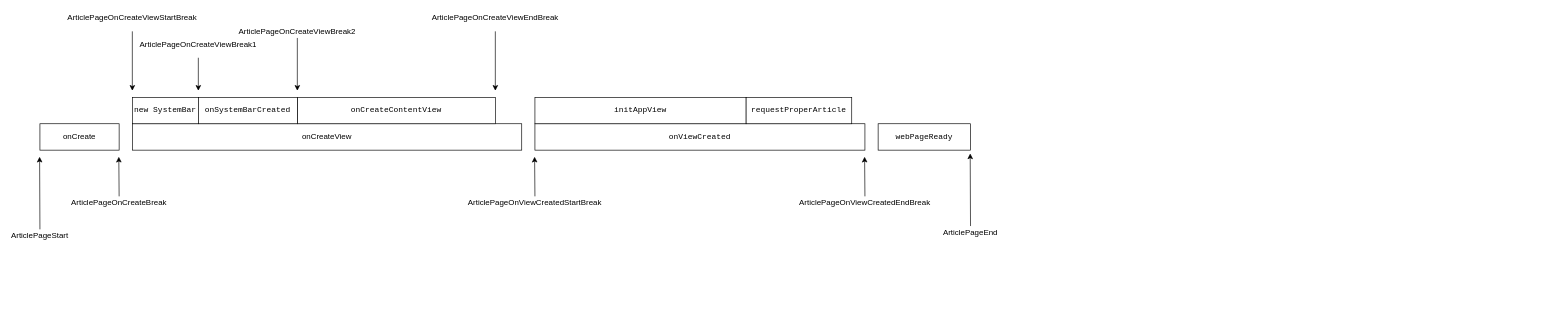
Before: zhihu--文章页打点.drawio in CreateChance/DrawIO, a draw.io diagram. Source tidied: cells renumbered, new cells numbered last; positions are measured from the earlier drawing's top-left corner, leaving out a move shared by most shapes. Both pictures are drawn from the tidied source at 66%, with x=0, y=0 at pixel (26, 11).
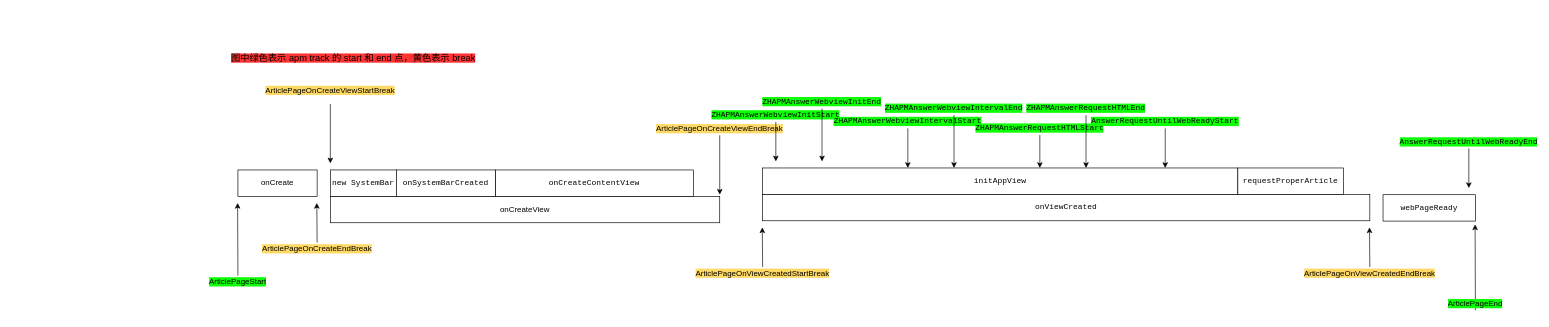
Above is the later version.

Commit message:
更新zhihu--文章页打点.drawio

Diff of the diagram source:
```diff
@@
     <mxCell id="2" value="onCreate&lt;br&gt;" style="rounded=0;whiteSpace=wrap;html=1;" parent="1" vertex="1">
-      <mxGeometry x="20" y="170" width="120" height="40" as="geometry" />
+      <mxGeometry x="320" y="240" width="120" height="40" as="geometry" />
     </mxCell>
     <mxCell id="3" value="onCreateView&lt;br&gt;" style="rounded=0;whiteSpace=wrap;html=1;" parent="1" vertex="1">
-      <mxGeometry x="160" y="170" width="590" height="40" as="geometry" />
+      <mxGeometry x="460" y="280" width="590" height="40" as="geometry" />
     </mxCell>
     <mxCell id="4" value="&lt;pre&gt;onCreateContentView&lt;/pre&gt;" style="rounded=0;whiteSpace=wrap;html=1;" parent="1" vertex="1">
-      <mxGeometry x="410" y="130" width="300" height="40" as="geometry" />
+      <mxGeometry x="710" y="240" width="300" height="40" as="geometry" />
     </mxCell>
     <mxCell id="5" value="&lt;pre&gt;&lt;span&gt;new &lt;/span&gt;SystemBar&lt;/pre&gt;" style="rounded=0;whiteSpace=wrap;html=1;" parent="1" vertex="1">
-      <mxGeometry x="160" y="130" width="100" height="40" as="geometry" />
+      <mxGeometry x="460" y="240" width="100" height="40" as="geometry" />
     </mxCell>
     <mxCell id="6" value="&lt;pre&gt;&lt;pre&gt;onSystemBarCreated&lt;/pre&gt;&lt;/pre&gt;" style="rounded=0;whiteSpace=wrap;html=1;" parent="1" vertex="1">
-      <mxGeometry x="260" y="130" width="150" height="40" as="geometry" />
+      <mxGeometry x="560" y="240" width="150" height="40" as="geometry" />
     </mxCell>
     <mxCell id="7" value="&lt;pre&gt;&lt;span&gt;onViewCreated&lt;/span&gt;&lt;/pre&gt;" style="rounded=0;whiteSpace=wrap;html=1;" parent="1" vertex="1">
-      <mxGeometry x="770" y="170" width="500" height="40" as="geometry" />
+      <mxGeometry x="1115" y="277" width="920" height="40" as="geometry" />
     </mxCell>
     <mxCell id="8" value="&lt;pre&gt;&lt;pre&gt;initAppView&lt;/pre&gt;&lt;/pre&gt;" style="rounded=0;whiteSpace=wrap;html=1;" parent="1" vertex="1">
-      <mxGeometry x="770" y="130" width="320" height="40" as="geometry" />
+      <mxGeometry x="1115" y="237" width="720" height="40" as="geometry" />
     </mxCell>
     <mxCell id="9" value="&lt;pre&gt;requestProperArticle&lt;/pre&gt;" style="rounded=0;whiteSpace=wrap;html=1;" parent="1" vertex="1">
-      <mxGeometry x="1090" y="130" width="160" height="40" as="geometry" />
+      <mxGeometry x="1835" y="237" width="160" height="40" as="geometry" />
     </mxCell>
     <mxCell id="10" style="endArrow=classic;html=1;exitX=0.5;exitY=0;exitDx=0;exitDy=0;" parent="1" edge="1" source="11">
       <mxGeometry relative="1" as="geometry">
-        <mxPoint x="19.5" y="220" as="targetPoint" />
+        <mxPoint x="319.5" y="290" as="targetPoint" />
       </mxGeometry>
     </mxCell>
-    <mxCell id="11" value="ArticlePageStart" style="text;html=1;strokeColor=none;fillColor=none;align=center;verticalAlign=middle;whiteSpace=wrap;rounded=0;" parent="1" vertex="1">
-      <mxGeometry y="330" width="40" height="20" as="geometry" />
+    <mxCell id="11" value="&lt;span style=&quot;background-color: rgb(13 , 255 , 5)&quot;&gt;ArticlePageStart&lt;/span&gt;" style="text;html=1;strokeColor=none;fillColor=none;align=center;verticalAlign=middle;whiteSpace=wrap;rounded=0;" parent="1" vertex="1">
+      <mxGeometry x="300" y="400" width="40" height="20" as="geometry" />
     </mxCell>
     <mxCell id="12" style="endArrow=classic;html=1;exitX=0.5;exitY=0;exitDx=0;exitDy=0;" parent="1" edge="1" source="13">
       <mxGeometry relative="1" as="geometry">
-        <mxPoint x="139.5" y="220" as="targetPoint" />
+        <mxPoint x="439.5" y="290" as="targetPoint" />
       </mxGeometry>
     </mxCell>
-    <mxCell id="13" value="ArticlePageOnCreateBreak" style="text;html=1;strokeColor=none;fillColor=none;align=center;verticalAlign=middle;whiteSpace=wrap;rounded=0;" parent="1" vertex="1">
-      <mxGeometry x="120" y="280" width="40" height="20" as="geometry" />
+    <mxCell id="13" value="&lt;span style=&quot;background-color: rgb(255 , 217 , 102)&quot;&gt;ArticlePageOnCreateEndBreak&lt;/span&gt;" style="text;html=1;strokeColor=none;fillColor=none;align=center;verticalAlign=middle;whiteSpace=wrap;rounded=0;" parent="1" vertex="1">
+      <mxGeometry x="420" y="350" width="40" height="20" as="geometry" />
     </mxCell>
     <mxCell id="14" style="endArrow=classic;html=1;" parent="1" edge="1">
       <mxGeometry relative="1" as="geometry">
-        <mxPoint x="160" y="30" as="sourcePoint" />
-        <mxPoint x="160" y="120" as="targetPoint" />
+        <mxPoint x="460" y="140" as="sourcePoint" />
+        <mxPoint x="460" y="230" as="targetPoint" />
       </mxGeometry>
     </mxCell>
-    <mxCell id="15" value="ArticlePageOnCreateViewStartBreak" style="text;html=1;strokeColor=none;fillColor=none;align=center;verticalAlign=middle;whiteSpace=wrap;rounded=0;" parent="1" vertex="1">
-      <mxGeometry x="140" width="40" height="20" as="geometry" />
+    <mxCell id="15" value="&lt;span style=&quot;background-color: rgb(255 , 217 , 102)&quot;&gt;ArticlePageOnCreateViewStartBreak&lt;/span&gt;" style="text;html=1;strokeColor=none;fillColor=none;align=center;verticalAlign=middle;whiteSpace=wrap;rounded=0;" parent="1" vertex="1">
+      <mxGeometry x="440" y="110" width="40" height="20" as="geometry" />
     </mxCell>
     <mxCell id="16" style="endArrow=classic;html=1;" parent="1" edge="1">
       <mxGeometry relative="1" as="geometry">
-        <mxPoint x="710" y="30" as="sourcePoint" />
-        <mxPoint x="710" y="120" as="targetPoint" />
+        <mxPoint x="1050" y="187.5" as="sourcePoint" />
+        <mxPoint x="1050" y="277.5" as="targetPoint" />
       </mxGeometry>
     </mxCell>
-    <mxCell id="17" value="ArticlePageOnCreateViewEndBreak" style="text;html=1;strokeColor=none;fillColor=none;align=center;verticalAlign=middle;whiteSpace=wrap;rounded=0;" parent="1" vertex="1">
-      <mxGeometry x="690" width="40" height="20" as="geometry" />
+    <mxCell id="17" value="&lt;span style=&quot;background-color: rgb(255 , 217 , 102)&quot;&gt;ArticlePageOnCreateViewEndBreak&lt;/span&gt;" style="text;html=1;strokeColor=none;fillColor=none;align=center;verticalAlign=middle;whiteSpace=wrap;rounded=0;" parent="1" vertex="1">
+      <mxGeometry x="1030" y="167.5" width="40" height="20" as="geometry" />
     </mxCell>
-    <mxCell id="18" style="endArrow=classic;html=1;" parent="1" edge="1">
-      <mxGeometry relative="1" as="geometry">
-        <mxPoint x="260" y="70" as="sourcePoint" />
-        <mxPoint x="260" y="120" as="targetPoint" />
-      </mxGeometry>
-    </mxCell>
-    <mxCell id="19" value="ArticlePageOnCreateViewBreak1" style="text;html=1;strokeColor=none;fillColor=none;align=center;verticalAlign=middle;whiteSpace=wrap;rounded=0;" parent="1" vertex="1">
-      <mxGeometry x="240" y="40" width="40" height="20" as="geometry" />
-    </mxCell>
-    <mxCell id="20" style="endArrow=classic;html=1;exitX=0.5;exitY=1;exitDx=0;exitDy=0;" parent="1" edge="1" source="21">
-      <mxGeometry relative="1" as="geometry">
-        <mxPoint x="410" y="120" as="targetPoint" />
-      </mxGeometry>
-    </mxCell>
-    <mxCell id="21" value="ArticlePageOnCreateViewBreak2" style="text;html=1;strokeColor=none;fillColor=none;align=center;verticalAlign=middle;whiteSpace=wrap;rounded=0;" parent="1" vertex="1">
-      <mxGeometry x="390" y="20" width="40" height="20" as="geometry" />
-    </mxCell>
     <mxCell id="22" style="endArrow=classic;html=1;" parent="1" edge="1">
       <mxGeometry relative="1" as="geometry">
-        <mxPoint x="770" y="280" as="sourcePoint" />
-        <mxPoint x="769.5" y="220" as="targetPoint" />
+        <mxPoint x="1115" y="387" as="sourcePoint" />
+        <mxPoint x="1114.5" y="327" as="targetPoint" />
       </mxGeometry>
     </mxCell>
-    <mxCell id="23" value="ArticlePageOnViewCreatedStartBreak" style="text;html=1;strokeColor=none;fillColor=none;align=center;verticalAlign=middle;whiteSpace=wrap;rounded=0;" parent="1" vertex="1">
-      <mxGeometry x="750" y="280" width="40" height="20" as="geometry" />
+    <mxCell id="23" value="&lt;span style=&quot;background-color: rgb(255 , 217 , 102)&quot;&gt;ArticlePageOnViewCreatedStartBreak&lt;/span&gt;" style="text;html=1;strokeColor=none;fillColor=none;align=center;verticalAlign=middle;whiteSpace=wrap;rounded=0;" parent="1" vertex="1">
+      <mxGeometry x="1095" y="387" width="40" height="20" as="geometry" />
     </mxCell>
     <mxCell id="24" style="endArrow=classic;html=1;" parent="1" edge="1">
       <mxGeometry relative="1" as="geometry">
-        <mxPoint x="1270" y="280" as="sourcePoint" />
-        <mxPoint x="1269.5" y="220" as="targetPoint" />
+        <mxPoint x="2035" y="387" as="sourcePoint" />
+        <mxPoint x="2034.5" y="327" as="targetPoint" />
       </mxGeometry>
     </mxCell>
-    <mxCell id="25" value="ArticlePageOnViewCreatedEndBreak" style="text;html=1;strokeColor=none;fillColor=none;align=center;verticalAlign=middle;whiteSpace=wrap;rounded=0;" parent="1" vertex="1">
-      <mxGeometry x="1250" y="280" width="40" height="20" as="geometry" />
+    <mxCell id="25" value="&lt;span style=&quot;background-color: rgb(255 , 217 , 102)&quot;&gt;ArticlePageOnViewCreatedEndBreak&lt;/span&gt;" style="text;html=1;strokeColor=none;fillColor=none;align=center;verticalAlign=middle;whiteSpace=wrap;rounded=0;" parent="1" vertex="1">
+      <mxGeometry x="2015" y="387" width="40" height="20" as="geometry" />
     </mxCell>
     <mxCell id="26" value="&lt;pre&gt;&lt;span&gt;webPageReady&lt;/span&gt;&lt;/pre&gt;" style="rounded=0;whiteSpace=wrap;html=1;" parent="1" vertex="1">
-      <mxGeometry x="1290" y="170" width="140" height="40" as="geometry" />
+      <mxGeometry x="2055" y="277.5" width="140" height="40" as="geometry" />
     </mxCell>
-    <mxCell id="27" style="endArrow=classic;html=1;exitX=0.5;exitY=0;exitDx=0;exitDy=0;" parent="1" edge="1" source="28">
+    <mxCell id="27" style="endArrow=classic;html=1;exitX=0.5;exitY=1;exitDx=0;exitDy=0;" parent="1" edge="1" source="28">
       <mxGeometry relative="1" as="geometry">
-        <mxPoint x="1429.5" y="215" as="targetPoint" />
+        <mxPoint x="2194.5" y="322.5" as="targetPoint" />
       </mxGeometry>
     </mxCell>
-    <mxCell id="28" value="ArticlePageEnd" style="text;html=1;strokeColor=none;fillColor=none;align=center;verticalAlign=middle;whiteSpace=wrap;rounded=0;" parent="1" vertex="1">
-      <mxGeometry x="1410" y="325" width="40" height="20" as="geometry" />
+    <mxCell id="28" value="&lt;span style=&quot;background-color: rgb(13 , 255 , 5)&quot;&gt;ArticlePageEnd&lt;/span&gt;" style="text;html=1;strokeColor=none;fillColor=none;align=center;verticalAlign=middle;whiteSpace=wrap;rounded=0;" parent="1" vertex="1">
+      <mxGeometry x="2175" y="432.5" width="40" height="20" as="geometry" />
     </mxCell>
+    <mxCell id="29" style="endArrow=classic;html=1;" parent="1" edge="1">
+      <mxGeometry relative="1" as="geometry">
+        <mxPoint x="1135" y="167" as="sourcePoint" />
+        <mxPoint x="1135" y="227" as="targetPoint" />
+      </mxGeometry>
+    </mxCell>
+    <mxCell id="30" value="&lt;pre&gt;&lt;span style=&quot;background-color: rgb(13 , 255 , 5)&quot;&gt;ZHAPMAnswerWebviewInitStart&lt;/span&gt;&lt;/pre&gt;" style="text;html=1;strokeColor=none;fillColor=none;align=center;verticalAlign=middle;whiteSpace=wrap;rounded=0;" parent="1" vertex="1">
+      <mxGeometry x="1115" y="147" width="40" height="20" as="geometry" />
+    </mxCell>
+    <mxCell id="31" style="endArrow=classic;html=1;exitX=0.5;exitY=1;exitDx=0;exitDy=0;" parent="1" edge="1" source="32">
+      <mxGeometry relative="1" as="geometry">
+        <mxPoint x="1205" y="227" as="targetPoint" />
+      </mxGeometry>
+    </mxCell>
+    <mxCell id="32" value="&lt;pre&gt;&lt;span style=&quot;background-color: rgb(13 , 255 , 5)&quot;&gt;ZHAPMAnswerWebviewInitEnd&lt;/span&gt;&lt;/pre&gt;" style="text;html=1;strokeColor=none;fillColor=none;align=center;verticalAlign=middle;whiteSpace=wrap;rounded=0;" parent="1" vertex="1">
+      <mxGeometry x="1185" y="127" width="40" height="20" as="geometry" />
+    </mxCell>
+    <mxCell id="33" style="endArrow=classic;html=1;" parent="1" edge="1">
+      <mxGeometry relative="1" as="geometry">
+        <mxPoint x="1335" y="177" as="sourcePoint" />
+        <mxPoint x="1335" y="237" as="targetPoint" />
+      </mxGeometry>
+    </mxCell>
+    <mxCell id="34" value="&lt;pre&gt;&lt;pre&gt;&lt;span style=&quot;background-color: rgb(13 , 255 , 5)&quot;&gt;ZHAPMAnswerWebviewIntervalStart&lt;/span&gt;&lt;/pre&gt;&lt;/pre&gt;" style="text;html=1;strokeColor=none;fillColor=none;align=center;verticalAlign=middle;whiteSpace=wrap;rounded=0;" parent="1" vertex="1">
+      <mxGeometry x="1315" y="157" width="40" height="20" as="geometry" />
+    </mxCell>
+    <mxCell id="35" style="endArrow=classic;html=1;exitX=0.5;exitY=1;exitDx=0;exitDy=0;" parent="1" edge="1" source="36">
+      <mxGeometry relative="1" as="geometry">
+        <mxPoint x="1405" y="237" as="targetPoint" />
+      </mxGeometry>
+    </mxCell>
+    <mxCell id="36" value="&lt;pre&gt;&lt;pre&gt;&lt;span style=&quot;background-color: rgb(13 , 255 , 5)&quot;&gt;ZHAPMAnswerWebviewIntervalEnd&lt;/span&gt;&lt;/pre&gt;&lt;/pre&gt;" style="text;html=1;strokeColor=none;fillColor=none;align=center;verticalAlign=middle;whiteSpace=wrap;rounded=0;" parent="1" vertex="1">
+      <mxGeometry x="1385" y="137" width="40" height="20" as="geometry" />
+    </mxCell>
+    <mxCell id="37" style="endArrow=classic;html=1;" parent="1" edge="1">
+      <mxGeometry relative="1" as="geometry">
+        <mxPoint x="1535" y="187" as="sourcePoint" />
+        <mxPoint x="1535" y="237" as="targetPoint" />
+      </mxGeometry>
+    </mxCell>
+    <mxCell id="38" value="&lt;pre&gt;&lt;pre&gt;&lt;span style=&quot;background-color: rgb(13 , 255 , 5)&quot;&gt;ZHAPMAnswerRequestHTMLStart&lt;/span&gt;&lt;/pre&gt;&lt;/pre&gt;" style="text;html=1;strokeColor=none;fillColor=none;align=center;verticalAlign=middle;whiteSpace=wrap;rounded=0;" parent="1" vertex="1">
+      <mxGeometry x="1515" y="167" width="40" height="20" as="geometry" />
+    </mxCell>
+    <mxCell id="39" style="endArrow=classic;html=1;exitX=0.5;exitY=1;exitDx=0;exitDy=0;" parent="1" edge="1" source="40">
+      <mxGeometry relative="1" as="geometry">
+        <mxPoint x="1605" y="237" as="targetPoint" />
+      </mxGeometry>
+    </mxCell>
+    <mxCell id="40" value="&lt;pre&gt;&lt;pre&gt;&lt;span style=&quot;background-color: rgb(13 , 255 , 5)&quot;&gt;ZHAPMAnswerRequestHTMLEnd&lt;/span&gt;&lt;/pre&gt;&lt;/pre&gt;" style="text;html=1;strokeColor=none;fillColor=none;align=center;verticalAlign=middle;whiteSpace=wrap;rounded=0;" parent="1" vertex="1">
+      <mxGeometry x="1585" y="137" width="40" height="20" as="geometry" />
+    </mxCell>
+    <mxCell id="41" style="endArrow=classic;html=1;" parent="1" edge="1">
+      <mxGeometry relative="1" as="geometry">
+        <mxPoint x="1725" y="177" as="sourcePoint" />
+        <mxPoint x="1725" y="237" as="targetPoint" />
+      </mxGeometry>
+    </mxCell>
+    <mxCell id="42" value="&lt;pre&gt;&lt;pre&gt;&lt;span style=&quot;background-color: rgb(13 , 255 , 5)&quot;&gt;AnswerRequestUntilWebReadyStart&lt;/span&gt;&lt;/pre&gt;&lt;/pre&gt;" style="text;html=1;strokeColor=none;fillColor=none;align=center;verticalAlign=middle;whiteSpace=wrap;rounded=0;" parent="1" vertex="1">
+      <mxGeometry x="1705" y="157" width="40" height="20" as="geometry" />
+    </mxCell>
+    <mxCell id="43" style="endArrow=classic;html=1;" parent="1" edge="1">
+      <mxGeometry relative="1" as="geometry">
+        <mxPoint x="2185" y="207.5" as="sourcePoint" />
+        <mxPoint x="2185" y="267.5" as="targetPoint" />
+      </mxGeometry>
+    </mxCell>
+    <mxCell id="44" value="&lt;pre&gt;&lt;pre&gt;&lt;span style=&quot;background-color: rgb(13 , 255 , 5)&quot;&gt;AnswerRequestUntilWebReadyEnd&lt;/span&gt;&lt;/pre&gt;&lt;/pre&gt;" style="text;html=1;strokeColor=none;fillColor=none;align=center;verticalAlign=middle;whiteSpace=wrap;rounded=0;" parent="1" vertex="1">
+      <mxGeometry x="2165" y="187.5" width="40" height="20" as="geometry" />
+    </mxCell>
+    <mxCell id="45" value="&lt;span style=&quot;background-color: rgb(255 , 51 , 51)&quot;&gt;&lt;font style=&quot;font-size: 14px&quot;&gt;图中绿色表示 apm track 的 start 和 end 点，黄色表示 break&lt;/font&gt;&lt;/span&gt;" style="text;html=1;strokeColor=none;fillColor=none;align=center;verticalAlign=middle;whiteSpace=wrap;rounded=0;" parent="1" vertex="1">
+      <mxGeometry x="300" y="50" width="390" height="40" as="geometry" />
+    </mxCell>
```
